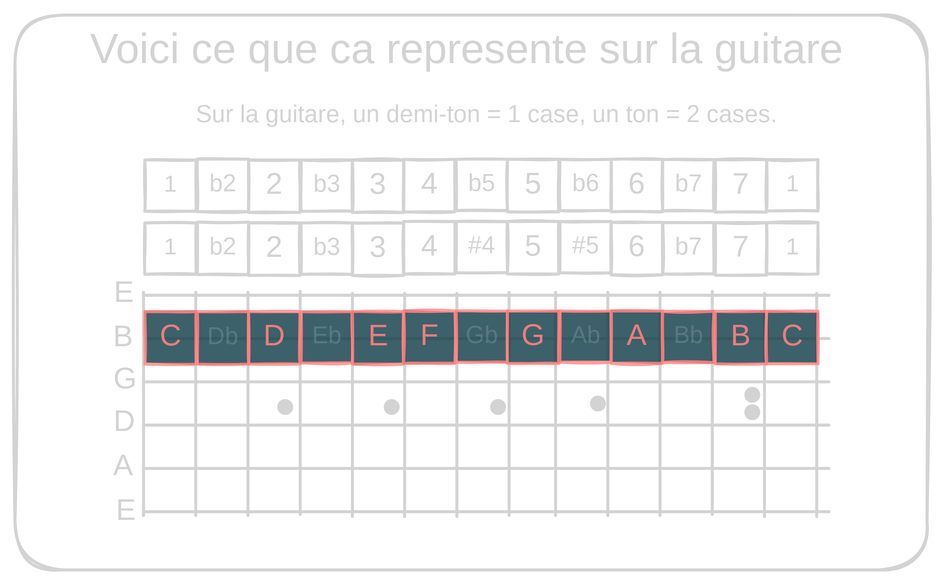
Earlier version of the Excalidraw export 0.2.piano_on_guitar.excalidraw.svg (Sydekends/excalidraw). Source tidied: one line per element, renumbered; positions are measured from the earlier drawing's top-left corner, leaving out a move shared by most shapes.
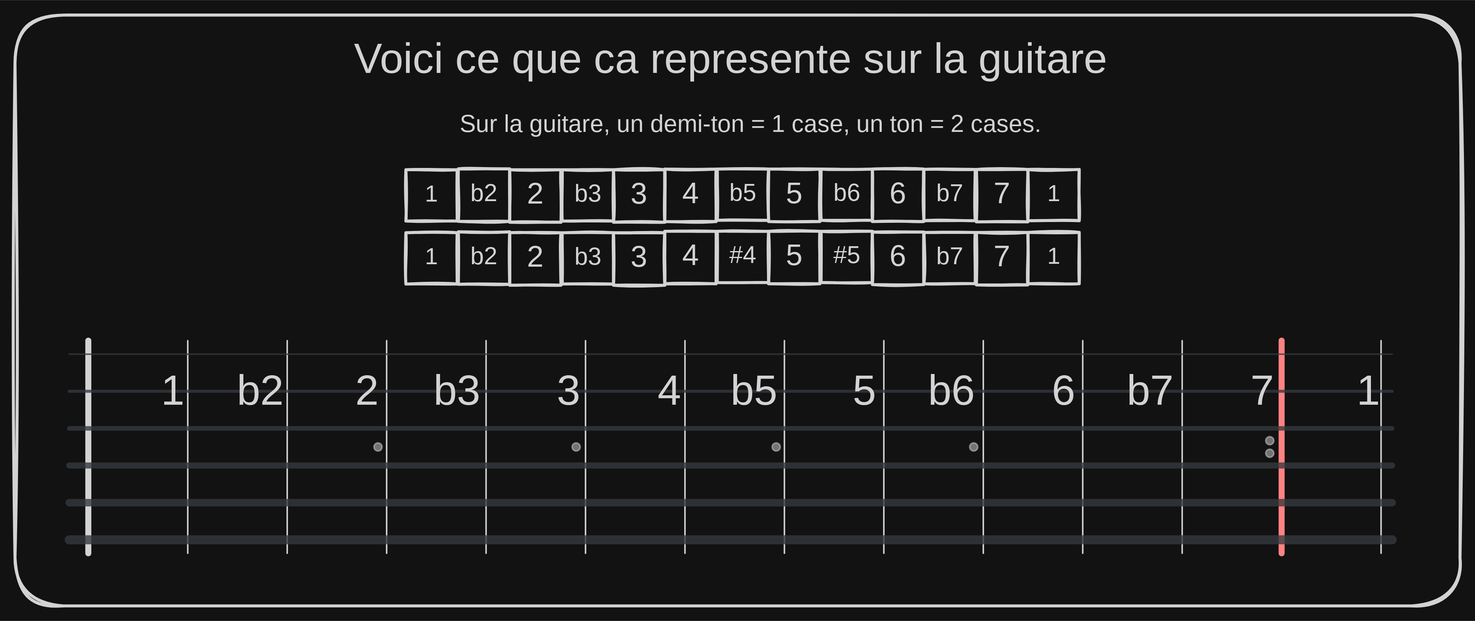
The same file after the commit.

Change to the diagram source:
```diff
@@ -1,62 +1,4 @@
-{"id": 0, "type": "text", "text": "Sur la guitare, un demi-ton = 1 case, un ton = 2 cases.", "strokeColor": "#1e1e1e", "strokeWidth": 2, "roughness": 0, "fontSize": 16, "fontFamily": 5, "textAlign": "center", "x": 103, "y": 57, "width": 423, "height": 20}
+{"id": 0, "type": "text", "text": "Sur la guitare, un demi-ton = 1 case, un ton = 2 cases.", "strokeColor": "#1e1e1e", "strokeWidth": 2, "roughness": 0, "fontSize": 16, "fontFamily": 5, "textAlign": "center", "x": 105, "y": 57, "width": 423, "height": 20}
-{"id": 1, "type": "rectangle", "strokeColor": "#1e1e1e", "strokeWidth": 2, "roughness": 1, "round": true, "x": 0, "y": 0, "width": 608, "height": 370}
+{"id": 1, "type": "rectangle", "strokeColor": "#1e1e1e", "strokeWidth": 2, "roughness": 1, "round": true, "x": -174, "y": -6, "width": 963, "height": 394}
-{"id": 2, "type": "text", "text": "Voici ce que ca represente sur la guitare", "strokeColor": "#1e1e1e", "strokeWidth": 4, "roughness": 1, "fontSize": 28, "fontFamily": 5, "textAlign": "center", "x": 28, "y": 7, "width": 546, "height": 35}
+{"id": 2, "type": "text", "text": "Voici ce que ca represente sur la guitare", "strokeColor": "#1e1e1e", "strokeWidth": 4, "roughness": 1, "fontSize": 28, "fontFamily": 5, "textAlign": "center", "x": 30, "y": 7, "width": 546, "height": 35}
-{"id": 3, "type": "text", "text": "E", "strokeColor": "#1e1e1e", "strokeWidth": 2, "roughness": 0, "fontSize": 19.91, "fontFamily": 5, "x": 67, "y": 319, "width": 14, "height": 25}
-{"id": 4, "type": "text", "text": "A", "strokeColor": "#1e1e1e", "strokeWidth": 2, "roughness": 0, "fontSize": 19.91, "fontFamily": 5, "x": 65, "y": 289, "width": 13, "height": 25}
-{"id": 5, "type": "text", "text": "D", "strokeColor": "#1e1e1e", "strokeWidth": 2, "roughness": 0, "fontSize": 19.91, "fontFamily": 5, "x": 66, "y": 260, "width": 16, "height": 25}
-{"id": 6, "type": "text", "text": "G", "strokeColor": "#1e1e1e", "strokeWidth": 2, "roughness": 0, "fontSize": 19.91, "fontFamily": 5, "x": 66, "y": 231, "width": 16, "height": 25}
-{"id": 7, "type": "text", "text": "B", "strokeColor": "#1e1e1e", "strokeWidth": 2, "roughness": 0, "fontSize": 19.91, "fontFamily": 5, "x": 65, "y": 203, "width": 15, "height": 25}
-{"id": 8, "type": "text", "text": "E", "strokeColor": "#1e1e1e", "strokeWidth": 2, "roughness": 0, "fontSize": 19.91, "fontFamily": 5, "x": 66, "y": 174, "width": 14, "height": 25}
-{"id": 9, "type": "line", "strokeColor": "#1e1e1e", "strokeWidth": 2, "roughness": 0, "round": true, "x": 87, "y": 187, "width": 456, "height": 0, "points": [[0, 0], [456, 0]]}
-{"id": 10, "type": "line", "strokeColor": "#1e1e1e", "strokeWidth": 2, "roughness": 0, "round": true, "x": 87, "y": 302, "width": 456, "height": 0, "points": [[0, 0], [456, 0]]}
-{"id": 11, "type": "line", "strokeColor": "#1e1e1e", "strokeWidth": 2, "roughness": 0, "round": true, "x": 87, "y": 245, "width": 456, "height": 0, "points": [[0, 0], [456, 0]]}
-{"id": 12, "type": "line", "strokeColor": "#1e1e1e", "strokeWidth": 2, "roughness": 0, "round": true, "x": 87, "y": 331, "width": 456, "height": 0, "points": [[0, 0], [456, 0]]}
-{"id": 13, "type": "line", "strokeColor": "#1e1e1e", "strokeWidth": 2, "roughness": 0, "round": true, "x": 87, "y": 273, "width": 456, "height": 0, "points": [[0, 0], [456, 0]]}
-{"id": 14, "type": "line", "strokeColor": "#1e1e1e", "strokeWidth": 2, "roughness": 0, "round": true, "x": 87, "y": 216, "width": 456, "height": 0, "points": [[0, 0], [456, 0]]}
-{"id": 15, "type": "line", "strokeColor": "#1e1e1e", "strokeWidth": 2, "roughness": 0, "round": true, "x": 86, "y": 185, "width": 0, "height": 149, "points": [[0, 0], [0, 149]]}
-{"id": 16, "type": "line", "strokeColor": "#1e1e1e", "strokeWidth": 2, "roughness": 0, "round": true, "x": 121, "y": 185, "width": 0, "height": 149, "points": [[0, 0], [0, 149]]}
-{"id": 17, "type": "line", "strokeColor": "#1e1e1e", "strokeWidth": 2, "roughness": 0, "round": true, "x": 155, "y": 185, "width": 0, "height": 149, "points": [[0, 0], [0, 149]]}
-{"id": 18, "type": "line", "strokeColor": "#1e1e1e", "strokeWidth": 2, "roughness": 0, "round": true, "x": 190, "y": 184, "width": 0, "height": 149, "points": [[0, 0], [0, 149]]}
-{"id": 19, "type": "line", "strokeColor": "#1e1e1e", "strokeWidth": 2, "roughness": 0, "round": true, "x": 225, "y": 186, "width": 0, "height": 149, "points": [[0, 0], [0, 149]]}
-{"id": 20, "type": "line", "strokeColor": "#1e1e1e", "strokeWidth": 2, "roughness": 0, "round": true, "x": 260, "y": 186, "width": 0, "height": 149, "points": [[0, 0], [0, 149]]}
-{"id": 21, "type": "line", "strokeColor": "#1e1e1e", "strokeWidth": 2, "roughness": 0, "round": true, "x": 295, "y": 186, "width": 0, "height": 149, "points": [[0, 0], [0, 149]]}
-{"id": 22, "type": "line", "strokeColor": "#1e1e1e", "strokeWidth": 2, "roughness": 0, "round": true, "x": 330, "y": 185, "width": 0, "height": 149, "points": [[0, 0], [0, 149]]}
-{"id": 23, "type": "line", "strokeColor": "#1e1e1e", "strokeWidth": 2, "roughness": 0, "round": true, "x": 361, "y": 185, "width": 0, "height": 149, "points": [[0, 0], [0, 149]]}
-{"id": 24, "type": "line", "strokeColor": "#1e1e1e", "strokeWidth": 2, "roughness": 0, "round": true, "x": 395, "y": 185, "width": 0, "height": 149, "points": [[0, 0], [0, 149]]}
-{"id": 25, "type": "line", "strokeColor": "#1e1e1e", "strokeWidth": 2, "roughness": 0, "round": true, "x": 430, "y": 185, "width": 0, "height": 149, "points": [[0, 0], [0, 149]]}
-{"id": 26, "type": "line", "strokeColor": "#1e1e1e", "strokeWidth": 2, "roughness": 0, "round": true, "x": 465, "y": 184, "width": 0, "height": 149, "points": [[0, 0], [0, 149]]}
-{"id": 27, "type": "line", "strokeColor": "#1e1e1e", "strokeWidth": 2, "roughness": 0, "round": true, "x": 500, "y": 186, "width": 0, "height": 149, "points": [[0, 0], [0, 149]]}
-{"id": 28, "type": "line", "strokeColor": "#1e1e1e", "strokeWidth": 2, "roughness": 0, "round": true, "x": 535, "y": 186, "width": 0, "height": 149, "points": [[0, 0], [0, 149]]}
-{"id": 29, "type": "ellipse", "strokeColor": "#1e1e1e", "backgroundColor": "#1e1e1e", "fillStyle": "solid", "strokeWidth": 2, "roughness": 0, "round": true, "x": 176, "y": 257, "width": 9, "height": 9}
-{"id": 30, "type": "ellipse", "strokeColor": "#1e1e1e", "backgroundColor": "#1e1e1e", "fillStyle": "solid", "strokeWidth": 2, "roughness": 0, "round": true, "x": 247, "y": 257, "width": 9, "height": 9}
-{"id": 31, "type": "ellipse", "strokeColor": "#1e1e1e", "backgroundColor": "#1e1e1e", "fillStyle": "solid", "strokeWidth": 2, "roughness": 0, "round": true, "x": 318, "y": 257, "width": 9, "height": 9}
-{"id": 32, "type": "ellipse", "strokeColor": "#1e1e1e", "backgroundColor": "#1e1e1e", "fillStyle": "solid", "strokeWidth": 2, "roughness": 0, "round": true, "x": 384, "y": 255, "width": 9, "height": 9}
-{"id": 33, "type": "ellipse", "strokeColor": "#1e1e1e", "backgroundColor": "#1e1e1e", "fillStyle": "solid", "strokeWidth": 2, "roughness": 0, "round": true, "x": 487, "y": 249, "width": 9, "height": 9}
-{"id": 34, "type": "ellipse", "strokeColor": "#1e1e1e", "backgroundColor": "#1e1e1e", "fillStyle": "solid", "strokeWidth": 2, "roughness": 0, "round": true, "x": 487, "y": 261, "width": 9, "height": 9}
-{"id": 35, "type": "rectangle", "strokeColor": "#e03131", "backgroundColor": "#afe6f3", "fillStyle": "solid", "strokeWidth": 2, "roughness": 1, "opacity": 80, "x": 87, "y": 198, "width": 34, "height": 35}
-{"id": 36, "type": "text", "text": "C", "strokeColor": "#e03131", "backgroundColor": "#afe6f3", "fillStyle": "solid", "strokeWidth": 2, "roughness": 1, "opacity": 80, "fontSize": 20, "fontFamily": 5, "textAlign": "center", "verticalAlign": "middle", "inside": 35, "x": 98, "y": 203, "width": 12, "height": 25}
-{"id": 37, "type": "rectangle", "strokeColor": "#e03131", "backgroundColor": "#afe6f3", "fillStyle": "solid", "strokeWidth": 2, "roughness": 1, "opacity": 80, "x": 122, "y": 198, "width": 34, "height": 35}
-{"id": 38, "type": "text", "text": "Db", "strokeColor": "#1e1e1e", "strokeWidth": 2, "roughness": 1, "opacity": 20, "fontSize": 16, "fontFamily": 5, "textAlign": "center", "verticalAlign": "middle", "inside": 37, "x": 128, "y": 205, "width": 21, "height": 20}
-{"id": 39, "type": "rectangle", "strokeColor": "#e03131", "backgroundColor": "#afe6f3", "fillStyle": "solid", "strokeWidth": 2, "roughness": 1, "opacity": 80, "x": 156, "y": 198, "width": 34, "height": 35}
-{"id": 40, "type": "text", "text": "D", "strokeColor": "#e03131", "strokeWidth": 2, "roughness": 1, "opacity": 80, "fontSize": 20, "fontFamily": 5, "textAlign": "center", "verticalAlign": "middle", "inside": 39, "x": 166, "y": 203, "width": 14, "height": 25}
-{"id": 41, "type": "rectangle", "strokeColor": "#e03131", "backgroundColor": "#afe6f3", "fillStyle": "solid", "strokeWidth": 2, "roughness": 1, "opacity": 80, "x": 191, "y": 198, "width": 34, "height": 34}
-{"id": 42, "type": "text", "text": "Eb", "strokeColor": "#1e1e1e", "strokeWidth": 2, "roughness": 1, "opacity": 20, "fontSize": 16, "fontFamily": 5, "textAlign": "center", "verticalAlign": "middle", "inside": 41, "x": 199, "y": 205, "width": 18, "height": 20}
-{"id": 43, "type": "rectangle", "strokeColor": "#e03131", "backgroundColor": "#afe6f3", "fillStyle": "solid", "strokeWidth": 2, "roughness": 1, "opacity": 80, "x": 225, "y": 198, "width": 34, "height": 35}
-{"id": 44, "type": "text", "text": "E", "strokeColor": "#e03131", "strokeWidth": 2, "roughness": 1, "opacity": 80, "fontSize": 20, "fontFamily": 5, "textAlign": "center", "verticalAlign": "middle", "inside": 43, "x": 237, "y": 203, "width": 10, "height": 25}
-{"id": 45, "type": "rectangle", "strokeColor": "#e03131", "backgroundColor": "#afe6f3", "fillStyle": "solid", "strokeWidth": 2, "roughness": 1, "opacity": 80, "x": 259, "y": 197, "width": 34, "height": 35}
-{"id": 46, "type": "text", "text": "F", "strokeColor": "#e03131", "strokeWidth": 2, "roughness": 1, "opacity": 80, "fontSize": 20, "fontFamily": 5, "textAlign": "center", "verticalAlign": "middle", "inside": 45, "x": 271, "y": 202, "width": 10, "height": 25}
-{"id": 47, "type": "rectangle", "strokeColor": "#e03131", "backgroundColor": "#afe6f3", "fillStyle": "solid", "strokeWidth": 2, "roughness": 1, "opacity": 80, "x": 294, "y": 197, "width": 34, "height": 34}
-{"id": 48, "type": "text", "text": "Gb", "strokeColor": "#1e1e1e", "strokeWidth": 2, "roughness": 1, "opacity": 20, "fontSize": 16, "fontFamily": 5, "textAlign": "center", "verticalAlign": "middle", "inside": 47, "x": 301, "y": 204, "width": 20, "height": 20}
-{"id": 49, "type": "rectangle", "strokeColor": "#e03131", "backgroundColor": "#afe6f3", "fillStyle": "solid", "strokeWidth": 2, "roughness": 1, "opacity": 80, "x": 328, "y": 197, "width": 34, "height": 35}
-{"id": 50, "type": "text", "text": "G", "strokeColor": "#e03131", "strokeWidth": 2, "roughness": 1, "opacity": 80, "fontSize": 20, "fontFamily": 5, "textAlign": "center", "verticalAlign": "middle", "inside": 49, "x": 339, "y": 202, "width": 14, "height": 25}
-{"id": 51, "type": "rectangle", "strokeColor": "#e03131", "backgroundColor": "#afe6f3", "fillStyle": "solid", "strokeWidth": 2, "roughness": 1, "opacity": 80, "x": 363, "y": 197, "width": 34, "height": 34}
-{"id": 52, "type": "text", "text": "Ab", "strokeColor": "#1e1e1e", "strokeWidth": 2, "roughness": 1, "opacity": 20, "fontSize": 16, "fontFamily": 5, "textAlign": "center", "verticalAlign": "middle", "inside": 51, "x": 371, "y": 204, "width": 20, "height": 20}
-{"id": 53, "type": "rectangle", "strokeColor": "#e03131", "backgroundColor": "#afe6f3", "fillStyle": "solid", "strokeWidth": 2, "roughness": 1, "opacity": 80, "x": 398, "y": 197, "width": 34, "height": 35}
-{"id": 54, "type": "text", "text": "A", "strokeColor": "#e03131", "strokeWidth": 2, "roughness": 1, "opacity": 80, "fontSize": 20, "fontFamily": 5, "textAlign": "center", "verticalAlign": "middle", "inside": 53, "x": 408, "y": 202, "width": 13, "height": 25}
-{"id": 55, "type": "rectangle", "strokeColor": "#e03131", "backgroundColor": "#afe6f3", "fillStyle": "solid", "strokeWidth": 2, "roughness": 1, "opacity": 80, "x": 432, "y": 198, "width": 34, "height": 34}
-{"id": 56, "type": "text", "text": "Bb", "strokeColor": "#1e1e1e", "strokeWidth": 2, "roughness": 1, "opacity": 20, "fontSize": 16, "fontFamily": 5, "textAlign": "center", "verticalAlign": "middle", "inside": 55, "x": 440, "y": 205, "width": 19, "height": 20}
-{"id": 57, "type": "rectangle", "strokeColor": "#e03131", "backgroundColor": "#afe6f3", "fillStyle": "solid", "strokeWidth": 2, "roughness": 1, "opacity": 80, "x": 467, "y": 198, "width": 34, "height": 35}
-{"id": 58, "type": "text", "text": "B", "strokeColor": "#e03131", "strokeWidth": 2, "roughness": 1, "opacity": 80, "fontSize": 20, "fontFamily": 5, "textAlign": "center", "verticalAlign": "middle", "inside": 57, "x": 478, "y": 203, "width": 11, "height": 25}
-{"id": 59, "type": "rectangle", "strokeColor": "#e03131", "backgroundColor": "#afe6f3", "fillStyle": "solid", "strokeWidth": 2, "roughness": 1, "opacity": 80, "x": 501, "y": 198, "width": 34, "height": 35}
-{"id": 60, "type": "text", "text": "C", "strokeColor": "#e03131", "backgroundColor": "#afe6f3", "fillStyle": "solid", "strokeWidth": 2, "roughness": 1, "opacity": 80, "fontSize": 20, "fontFamily": 5, "textAlign": "center", "verticalAlign": "middle", "inside": 59, "x": 512, "y": 203, "width": 12, "height": 25}
 {"id": 61, "type": "rectangle", "strokeColor": "#1e1e1e", "strokeWidth": 2, "roughness": 1, "x": 87, "y": 97, "width": 34, "height": 34}
@@ -104,3 +46,3 @@
 {"id": 103, "type": "rectangle", "strokeColor": "#1e1e1e", "strokeWidth": 2, "roughness": 1, "x": 363, "y": 138, "width": 34, "height": 34}
-{"id": 104, "type": "text", "text": "#5", "strokeColor": "#1e1e1e", "strokeWidth": 2, "roughness": 1, "fontSize": 16, "fontFamily": 5, "textAlign": "center", "verticalAlign": "middle", "inside": 103, "x": 372, "y": 145, "width": 18, "height": 20}
+{"id": 104, "type": "text", "text": "#5", "strokeColor": "#1e1e1e", "strokeWidth": 2, "roughness": 1, "fontSize": 16, "fontFamily": 5, "textAlign": "center", "verticalAlign": "middle", "inside": 103, "x": 371, "y": 145, "width": 18, "height": 20}
 {"id": 105, "type": "rectangle", "strokeColor": "#1e1e1e", "strokeWidth": 2, "roughness": 1, "x": 398, "y": 138, "width": 34, "height": 35}
@@ -113,1 +55,40 @@
 {"id": 112, "type": "text", "text": "1", "strokeColor": "#1e1e1e", "strokeWidth": 2, "roughness": 1, "fontSize": 15.5, "fontFamily": 5, "textAlign": "center", "verticalAlign": "middle", "inside": 111, "x": 514, "y": 146, "width": 8, "height": 19}
+{"id": 113, "type": "line", "strokeColor": "#1e1e1e", "strokeWidth": 1, "roughness": 0, "round": true, "x": -59, "y": 211, "width": 0, "height": 142, "points": [[0, 0], [0, 142]]}
+{"id": 114, "type": "line", "strokeColor": "#1e1e1e", "strokeWidth": 1, "roughness": 0, "round": true, "x": 7, "y": 211, "width": 0, "height": 142, "points": [[0, 0], [0, 142]]}
+{"id": 115, "type": "line", "strokeColor": "#1e1e1e", "strokeWidth": 1, "roughness": 0, "round": true, "x": 74, "y": 211, "width": 0, "height": 142, "points": [[0, 0], [0, 142]]}
+{"id": 116, "type": "line", "strokeColor": "#1e1e1e", "strokeWidth": 1, "roughness": 0, "round": true, "x": 140, "y": 211, "width": 0, "height": 142, "points": [[0, 0], [0, 142]]}
+{"id": 117, "type": "line", "strokeColor": "#1e1e1e", "strokeWidth": 1, "roughness": 0, "round": true, "x": 206, "y": 211, "width": 0, "height": 142, "points": [[0, 0], [0, 142]]}
+{"id": 118, "type": "line", "strokeColor": "#1e1e1e", "strokeWidth": 1, "roughness": 0, "round": true, "x": 273, "y": 211, "width": 0, "height": 142, "points": [[0, 0], [0, 142]]}
+{"id": 119, "type": "line", "strokeColor": "#1e1e1e", "strokeWidth": 1, "roughness": 0, "round": true, "x": 339, "y": 211, "width": 0, "height": 142, "points": [[0, 0], [0, 142]]}
+{"id": 120, "type": "line", "strokeColor": "#1e1e1e", "strokeWidth": 1, "roughness": 0, "round": true, "x": 405, "y": 211, "width": 0, "height": 142, "points": [[0, 0], [0, 142]]}
+{"id": 121, "type": "line", "strokeColor": "#1e1e1e", "strokeWidth": 1, "roughness": 0, "round": true, "x": 472, "y": 211, "width": 0, "height": 142, "points": [[0, 0], [0, 142]]}
+{"id": 122, "type": "line", "strokeColor": "#1e1e1e", "strokeWidth": 1, "roughness": 0, "round": true, "x": 604, "y": 211, "width": 0, "height": 142, "points": [[0, 0], [0, 142]]}
+{"id": 123, "type": "line", "strokeColor": "#1e1e1e", "strokeWidth": 1, "roughness": 0, "round": true, "x": 737, "y": 211, "width": 0, "height": 142, "points": [[0, 0], [0, 142]]}
+{"id": 124, "type": "line", "strokeColor": "#e03131", "strokeWidth": 4, "roughness": 0, "round": true, "x": 670, "y": 211, "width": 0, "height": 142, "points": [[0, 0], [0, 142]]}
+{"id": 125, "type": "line", "strokeColor": "#1e1e1e", "strokeWidth": 1, "roughness": 0, "round": true, "x": 538, "y": 211, "width": 0, "height": 142, "points": [[0, 0], [0, 142]]}
+{"id": 126, "type": "line", "strokeColor": "#1e1e1e", "strokeWidth": 4, "roughness": 0, "round": true, "x": -125, "y": 211, "width": 0, "height": 142, "points": [[0, 0], [0, 142]]}
+{"id": 127, "type": "line", "strokeColor": "#ced4da", "strokeWidth": 1, "roughness": 0, "opacity": 80, "round": true, "x": -138, "y": 220, "width": 882, "height": 0, "points": [[0, 0], [882, 0]]}
+{"id": 128, "type": "line", "strokeColor": "#ced4da", "strokeWidth": 2, "roughness": 0, "opacity": 80, "round": true, "x": -138, "y": 244, "width": 882, "height": 0, "points": [[0, 0], [882, 0]]}
+{"id": 129, "type": "line", "strokeColor": "#ced4da", "strokeWidth": 3, "roughness": 0, "opacity": 80, "round": true, "x": -138, "y": 269, "width": 882, "height": 0, "points": [[0, 0], [882, 0]]}
+{"id": 130, "type": "line", "strokeColor": "#ced4da", "strokeWidth": 4, "roughness": 0, "opacity": 80, "round": true, "x": -138, "y": 294, "width": 882, "height": 0, "points": [[0, 0], [882, 0]]}
+{"id": 131, "type": "line", "strokeColor": "#ced4da", "strokeWidth": 5, "roughness": 0, "opacity": 80, "round": true, "x": -138, "y": 319, "width": 882, "height": 0, "points": [[0, 0], [882, 0]]}
+{"id": 132, "type": "line", "strokeColor": "#ced4da", "strokeWidth": 6, "roughness": 0, "opacity": 80, "round": true, "x": -138, "y": 343, "width": 882, "height": 0, "points": [[0, 0], [882, 0]]}
+{"id": 133, "type": "ellipse", "strokeColor": "#1e1e1e", "backgroundColor": "#1e1e1e", "fillStyle": "solid", "strokeWidth": 1, "roughness": 0, "opacity": 50, "round": true, "x": 65, "y": 279, "width": 5, "height": 5}
+{"id": 134, "type": "ellipse", "strokeColor": "#1e1e1e", "backgroundColor": "#1e1e1e", "fillStyle": "solid", "strokeWidth": 1, "roughness": 0, "opacity": 50, "round": true, "x": 197, "y": 279, "width": 5, "height": 5}
+{"id": 135, "type": "ellipse", "strokeColor": "#1e1e1e", "backgroundColor": "#1e1e1e", "fillStyle": "solid", "strokeWidth": 1, "roughness": 0, "opacity": 50, "round": true, "x": 331, "y": 279, "width": 5, "height": 5}
+{"id": 136, "type": "ellipse", "strokeColor": "#1e1e1e", "backgroundColor": "#1e1e1e", "fillStyle": "solid", "strokeWidth": 1, "roughness": 0, "opacity": 50, "round": true, "x": 462, "y": 279, "width": 5, "height": 5}
+{"id": 137, "type": "ellipse", "strokeColor": "#1e1e1e", "backgroundColor": "#1e1e1e", "fillStyle": "solid", "strokeWidth": 1, "roughness": 0, "opacity": 50, "round": true, "x": 660, "y": 275, "width": 5, "height": 5}
+{"id": 138, "type": "ellipse", "strokeColor": "#1e1e1e", "backgroundColor": "#1e1e1e", "fillStyle": "solid", "strokeWidth": 1, "roughness": 0, "opacity": 50, "round": true, "x": 660, "y": 283, "width": 5, "height": 5}
+{"id": 139, "type": "text", "text": "1", "strokeColor": "#1e1e1e", "strokeWidth": 2, "roughness": 1, "fontSize": 28, "fontFamily": 5, "x": -77, "y": 229, "width": 12, "height": 35}
+{"id": 140, "type": "text", "text": "b2", "strokeColor": "#1e1e1e", "strokeWidth": 2, "roughness": 1, "fontSize": 28, "fontFamily": 5, "textAlign": "center", "x": -28, "y": 229, "width": 35, "height": 35}
+{"id": 141, "type": "text", "text": "2", "strokeColor": "#1e1e1e", "strokeWidth": 2, "roughness": 1, "fontSize": 28, "fontFamily": 5, "x": 53, "y": 229, "width": 20, "height": 35}
+{"id": 142, "type": "text", "text": "b3", "strokeColor": "#1e1e1e", "strokeWidth": 2, "roughness": 1, "fontSize": 28, "fontFamily": 5, "x": 105, "y": 229, "width": 33, "height": 35}
+{"id": 143, "type": "text", "text": "3", "strokeColor": "#1e1e1e", "strokeWidth": 2, "roughness": 1, "fontSize": 28, "fontFamily": 5, "x": 187, "y": 229, "width": 17, "height": 35}
+{"id": 144, "type": "text", "text": "5", "strokeColor": "#1e1e1e", "strokeWidth": 2, "roughness": 1, "fontSize": 28, "fontFamily": 5, "x": 385, "y": 229, "width": 17, "height": 35}
+{"id": 145, "type": "text", "text": "b5", "strokeColor": "#1e1e1e", "strokeWidth": 2, "roughness": 1, "fontSize": 28, "fontFamily": 5, "x": 303, "y": 229, "width": 33, "height": 35}
+{"id": 146, "type": "text", "text": "b6", "strokeColor": "#1e1e1e", "strokeWidth": 2, "roughness": 1, "fontSize": 28, "fontFamily": 5, "x": 435, "y": 229, "width": 33, "height": 35}
+{"id": 147, "type": "text", "text": "b7", "strokeColor": "#1e1e1e", "strokeWidth": 2, "roughness": 1, "fontSize": 28, "fontFamily": 5, "x": 567, "y": 229, "width": 31, "height": 35}
+{"id": 148, "type": "text", "text": "7", "strokeColor": "#1e1e1e", "strokeWidth": 2, "roughness": 1, "fontSize": 28, "fontFamily": 5, "x": 650, "y": 229, "width": 16, "height": 35}
+{"id": 149, "type": "text", "text": "1", "strokeColor": "#1e1e1e", "strokeWidth": 2, "roughness": 1, "fontSize": 28, "fontFamily": 5, "x": 720, "y": 229, "width": 12, "height": 35}
+{"id": 150, "type": "text", "text": "4", "strokeColor": "#1e1e1e", "strokeWidth": 2, "roughness": 1, "fontSize": 28, "fontFamily": 5, "textAlign": "center", "x": 254, "y": 229, "width": 16, "height": 35}
+{"id": 151, "type": "text", "text": "6", "strokeColor": "#1e1e1e", "strokeWidth": 2, "roughness": 1, "fontSize": 28, "fontFamily": 5, "textAlign": "center", "x": 516, "y": 229, "width": 18, "height": 35}
```
